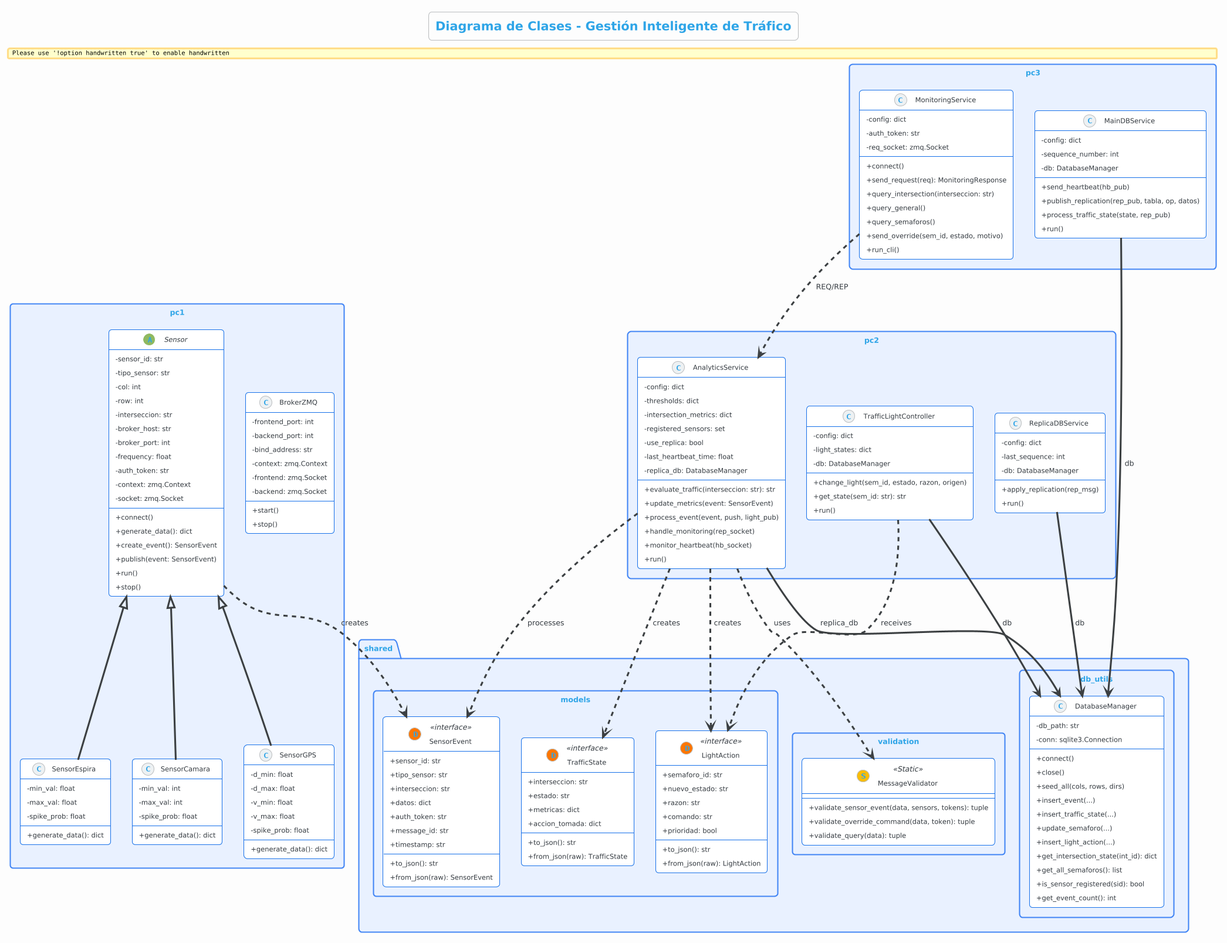
juandrodriguezf/Sistema-de-Gestion-de-Trafico-Urbano keeps this PlantUML diagram as docs/diagramas_plantUML/diagrama_clases.png. Above is the earlier version.
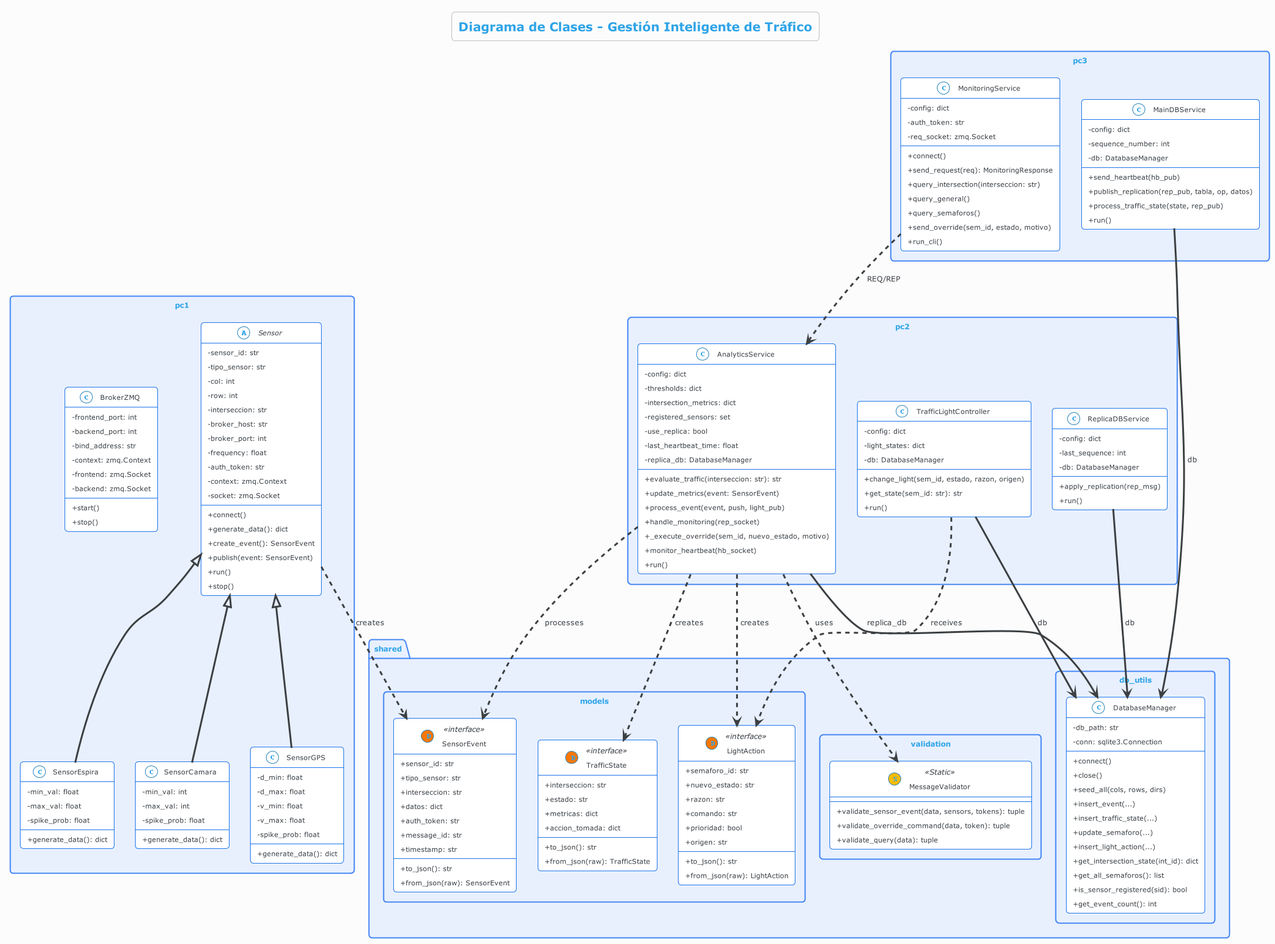
The same file after the commit.

Diff of the diagram source:
```diff
@@ -47,6 +47,7 @@
         +razon: str
         +comando: str
         +prioridad: bool
+        +origen: str
         +to_json(): str
         +from_json(raw): LightAction
     }
@@ -121,6 +122,7 @@
         +update_metrics(event: SensorEvent)
         +process_event(event, push, light_pub)
         +handle_monitoring(rep_socket)
+        +_execute_override(sem_id, nuevo_estado, motivo)
         +monitor_heartbeat(hb_socket)
         +run()
     }
@@ -210,4 +212,5 @@
 MainDBService --> DatabaseManager : db
 ReplicaDBService --> DatabaseManager : db
 MonitoringService ..> AnalyticsService : REQ/REP
+
 @enduml
```
